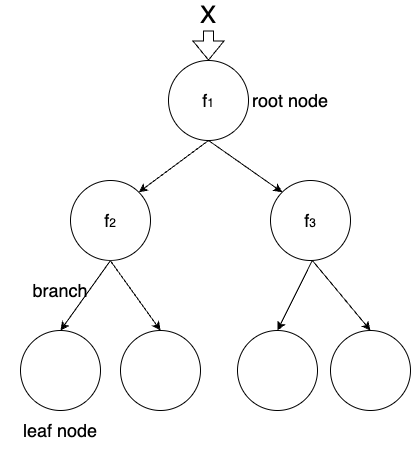
FanGuozheng/dftbpy keeps this draw.io diagram as Untitled Diagram.drawio.png. Above is the earlier version. Source tidied: cells renumbered, new cells last; positions are measured from the earlier drawing's top-left corner, leaving out a move shared by most shapes.
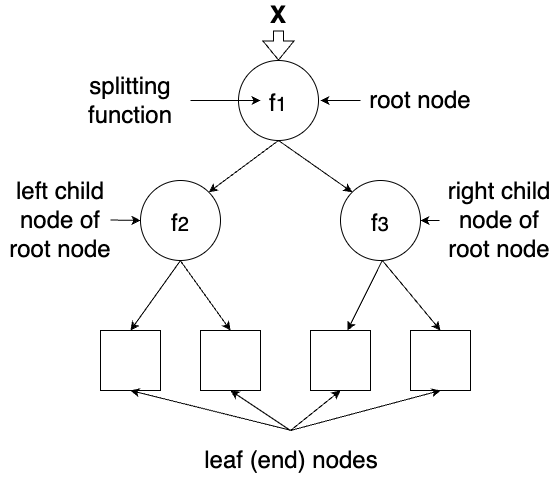
Above is the later version.

Change to the diagram source:
```diff
@@ -2,65 +2,111 @@
   <root>
     <mxCell id="0" />
     <mxCell id="1" parent="0" />
-    <mxCell id="2" value="&lt;sub style=&quot;&quot;&gt;&lt;font style=&quot;font-size: 18px;&quot;&gt;f&lt;/font&gt;&lt;font style=&quot;font-size: 12px;&quot;&gt;1&lt;/font&gt;&lt;/sub&gt;" style="ellipse;whiteSpace=wrap;html=1;" parent="1" vertex="1">
+    <mxCell id="2" value="&lt;font style=&quot;font-size: 24px;&quot;&gt;&lt;font style=&quot;vertical-align: sub; font-size: 24px;&quot;&gt;f&lt;/font&gt;&lt;font style=&quot;font-size: 24px;&quot;&gt;&lt;sub&gt;1&lt;/sub&gt;&lt;/font&gt;&lt;/font&gt;" style="ellipse;whiteSpace=wrap;html=1;" parent="1" vertex="1">
       <mxGeometry x="168" y="60" width="80" height="80" as="geometry" />
     </mxCell>
-    <mxCell id="3" style="ellipse;whiteSpace=wrap;html=1;" parent="1" vertex="1">
-      <mxGeometry x="120" y="330" width="80" height="80" as="geometry" />
-    </mxCell>
-    <mxCell id="4" style="ellipse;whiteSpace=wrap;html=1;" parent="1" vertex="1">
-      <mxGeometry x="20" y="330" width="80" height="80" as="geometry" />
-    </mxCell>
-    <mxCell id="5" value="&lt;span style=&quot;font-size: 18px;&quot;&gt;f&lt;/span&gt;&lt;font style=&quot;font-size: 12px;&quot;&gt;2&lt;/font&gt;" style="ellipse;whiteSpace=wrap;html=1;" parent="1" vertex="1">
+    <mxCell id="5" value="&lt;font style=&quot;font-size: 24px;&quot;&gt;&lt;font style=&quot;vertical-align: sub; font-size: 24px;&quot;&gt;f&lt;/font&gt;&lt;font style=&quot;font-size: 24px;&quot;&gt;&lt;sub&gt;2&lt;/sub&gt;&lt;/font&gt;&lt;/font&gt;" style="ellipse;whiteSpace=wrap;html=1;" parent="1" vertex="1">
       <mxGeometry x="70" y="180" width="80" height="80" as="geometry" />
     </mxCell>
-    <mxCell id="6" value="&lt;span style=&quot;font-size: 18px;&quot;&gt;f&lt;/span&gt;&lt;font style=&quot;font-size: 12px;&quot;&gt;3&lt;/font&gt;" style="ellipse;whiteSpace=wrap;html=1;" parent="1" vertex="1">
+    <mxCell id="6" value="&lt;font style=&quot;font-size: 24px;&quot;&gt;&lt;font style=&quot;vertical-align: sub; font-size: 24px;&quot;&gt;f&lt;/font&gt;&lt;font style=&quot;font-size: 24px;&quot;&gt;&lt;sub&gt;3&lt;/sub&gt;&lt;/font&gt;&lt;/font&gt;" style="ellipse;whiteSpace=wrap;html=1;" parent="1" vertex="1">
       <mxGeometry x="270" y="180" width="80" height="80" as="geometry" />
     </mxCell>
-    <mxCell id="7" style="ellipse;whiteSpace=wrap;html=1;" parent="1" vertex="1">
-      <mxGeometry x="237" y="330" width="80" height="80" as="geometry" />
-    </mxCell>
-    <mxCell id="8" style="ellipse;whiteSpace=wrap;html=1;" parent="1" vertex="1">
-      <mxGeometry x="330" y="330" width="80" height="80" as="geometry" />
-    </mxCell>
     <mxCell id="9" style="endArrow=classic;html=1;rounded=0;exitX=0.5;exitY=1;exitDx=0;exitDy=0;entryX=1;entryY=0;entryDx=0;entryDy=0;" parent="1" edge="1" source="2" target="5">
       <mxGeometry relative="1" as="geometry" />
     </mxCell>
     <mxCell id="10" style="endArrow=classic;html=1;rounded=0;exitX=0.5;exitY=1;exitDx=0;exitDy=0;entryX=0;entryY=0;entryDx=0;entryDy=0;" parent="1" edge="1" source="2" target="6">
       <mxGeometry relative="1" as="geometry" />
     </mxCell>
-    <mxCell id="11" style="endArrow=classic;html=1;rounded=0;exitX=0.5;exitY=1;exitDx=0;exitDy=0;entryX=0.5;entryY=0;entryDx=0;entryDy=0;" parent="1" edge="1" source="5" target="4">
-      <mxGeometry relative="1" as="geometry" />
+    <mxCell id="11" style="endArrow=classic;html=1;rounded=0;exitX=0.5;exitY=1;exitDx=0;exitDy=0;entryX=0.5;entryY=0;entryDx=0;entryDy=0;" parent="1" edge="1" source="5">
+      <mxGeometry relative="1" as="geometry">
+        <mxPoint x="60" y="330" as="targetPoint" />
+      </mxGeometry>
     </mxCell>
-    <mxCell id="12" style="endArrow=classic;html=1;rounded=0;exitX=0.5;exitY=1;exitDx=0;exitDy=0;entryX=0.5;entryY=0;entryDx=0;entryDy=0;" parent="1" edge="1" target="3">
+    <mxCell id="12" style="endArrow=classic;html=1;rounded=0;exitX=0.5;exitY=1;exitDx=0;exitDy=0;entryX=0.5;entryY=0;entryDx=0;entryDy=0;" parent="1" edge="1">
       <mxGeometry relative="1" as="geometry">
         <mxPoint x="109.7" y="260" as="sourcePoint" />
+        <mxPoint x="160" y="330" as="targetPoint" />
       </mxGeometry>
     </mxCell>
-    <mxCell id="13" style="endArrow=classic;html=1;rounded=0;exitX=0.5;exitY=1;exitDx=0;exitDy=0;entryX=0.5;entryY=0;entryDx=0;entryDy=0;" parent="1" edge="1" target="8">
+    <mxCell id="13" style="endArrow=classic;html=1;rounded=0;exitX=0.5;exitY=1;exitDx=0;exitDy=0;entryX=0.5;entryY=0;entryDx=0;entryDy=0;" parent="1" edge="1">
       <mxGeometry relative="1" as="geometry">
         <mxPoint x="311.9" y="260" as="sourcePoint" />
+        <mxPoint x="370" y="330" as="targetPoint" />
       </mxGeometry>
     </mxCell>
-    <mxCell id="14" style="endArrow=classic;html=1;rounded=0;exitX=0.5;exitY=1;exitDx=0;exitDy=0;entryX=0.5;entryY=0;entryDx=0;entryDy=0;" parent="1" edge="1" target="7">
+    <mxCell id="14" style="endArrow=classic;html=1;rounded=0;exitX=0.5;exitY=1;exitDx=0;exitDy=0;entryX=0.5;entryY=0;entryDx=0;entryDy=0;" parent="1" edge="1">
       <mxGeometry relative="1" as="geometry">
         <mxPoint x="311.9" y="260" as="sourcePoint" />
+        <mxPoint x="277" y="330" as="targetPoint" />
       </mxGeometry>
     </mxCell>
-    <mxCell id="15" value="&lt;font style=&quot;font-size: 18px;&quot;&gt;root node&lt;/font&gt;" style="rounded=0;whiteSpace=wrap;html=1;strokeWidth=0;strokeColor=#FFFFFF;fillColor=none;" parent="1" vertex="1">
-      <mxGeometry x="230" y="70" width="120" height="60" as="geometry" />
+    <mxCell id="15" value="&lt;font style=&quot;font-size: 24px;&quot;&gt;root node&lt;/font&gt;" style="rounded=0;whiteSpace=wrap;html=1;strokeWidth=0;strokeColor=#FFFFFF;fillColor=none;" parent="1" vertex="1">
+      <mxGeometry x="290" y="70" width="120" height="60" as="geometry" />
     </mxCell>
-    <mxCell id="16" value="&lt;font style=&quot;font-size: 18px;&quot;&gt;leaf node&lt;/font&gt;" style="rounded=0;whiteSpace=wrap;html=1;strokeWidth=0;strokeColor=#FFFFFF;fillColor=none;" parent="1" vertex="1">
-      <mxGeometry y="400" width="120" height="60" as="geometry" />
+    <mxCell id="16" value="&lt;font style=&quot;font-size: 24px;&quot;&gt;leaf (end) nodes&lt;/font&gt;" style="rounded=0;whiteSpace=wrap;html=1;strokeWidth=0;strokeColor=#FFFFFF;fillColor=none;" parent="1" vertex="1">
+      <mxGeometry x="120" y="430" width="202" height="60" as="geometry" />
     </mxCell>
-    <mxCell id="17" value="&lt;font style=&quot;font-size: 18px;&quot;&gt;branch&lt;/font&gt;" style="rounded=0;whiteSpace=wrap;html=1;strokeWidth=0;strokeColor=#FFFFFF;fillColor=none;" parent="1" vertex="1">
-      <mxGeometry y="260" width="120" height="60" as="geometry" />
-    </mxCell>
-    <mxCell id="18" value="&lt;font style=&quot;font-size: 24px;&quot;&gt;X&lt;/font&gt;" style="rounded=0;whiteSpace=wrap;html=1;strokeWidth=0;strokeColor=#FFFFFF;fillColor=none;" parent="1" vertex="1">
+    <mxCell id="18" value="&lt;font style=&quot;font-size: 24px;&quot;&gt;&lt;b&gt;X&lt;/b&gt;&lt;/font&gt;" style="rounded=0;whiteSpace=wrap;html=1;strokeWidth=0;strokeColor=#FFFFFF;fillColor=none;" parent="1" vertex="1">
       <mxGeometry x="148" width="120" height="30" as="geometry" />
     </mxCell>
     <mxCell id="19" style="shape=flexArrow;endArrow=classic;html=1;rounded=0;fontSize=24;exitX=0.5;exitY=1;exitDx=0;exitDy=0;" parent="1" edge="1" source="18" target="2">
       <mxGeometry relative="1" as="geometry" />
     </mxCell>
+    <mxCell id="20" style="rounded=0;whiteSpace=wrap;html=1;" parent="1" vertex="1">
+      <mxGeometry x="30" y="330" width="60" height="60" as="geometry" />
+    </mxCell>
+    <mxCell id="21" value="&lt;font style=&quot;font-size: 24px;&quot;&gt;splitting function&lt;/font&gt;" style="rounded=0;whiteSpace=wrap;html=1;strokeWidth=0;strokeColor=#FFFFFF;fillColor=none;" parent="1" vertex="1">
+      <mxGeometry y="70" width="120" height="60" as="geometry" />
+    </mxCell>
+    <mxCell id="22" style="endArrow=classic;html=1;rounded=0;exitX=0;exitY=0.5;exitDx=0;exitDy=0;" parent="1" edge="1" source="15">
+      <mxGeometry relative="1" as="geometry">
+        <mxPoint x="250" y="100" as="targetPoint" />
+      </mxGeometry>
+    </mxCell>
+    <mxCell id="23" style="endArrow=classic;html=1;rounded=0;exitX=1;exitY=0.5;exitDx=0;exitDy=0;entryX=0.275;entryY=0.5;entryDx=0;entryDy=0;entryPerimeter=0;" parent="1" edge="1" source="21" target="2">
+      <mxGeometry relative="1" as="geometry" />
+    </mxCell>
+    <mxCell id="24" style="rounded=0;whiteSpace=wrap;html=1;" parent="1" vertex="1">
+      <mxGeometry x="130" y="330" width="60" height="60" as="geometry" />
+    </mxCell>
+    <mxCell id="25" style="rounded=0;whiteSpace=wrap;html=1;" parent="1" vertex="1">
+      <mxGeometry x="340" y="330" width="60" height="60" as="geometry" />
+    </mxCell>
+    <mxCell id="26" style="rounded=0;whiteSpace=wrap;html=1;" parent="1" vertex="1">
+      <mxGeometry x="240" y="330" width="60" height="60" as="geometry" />
+    </mxCell>
+    <mxCell id="27" value="&lt;font style=&quot;font-size: 24px;&quot;&gt;left child node of root node&lt;/font&gt;" style="rounded=0;whiteSpace=wrap;html=1;strokeWidth=0;strokeColor=#FFFFFF;fillColor=none;" parent="1" vertex="1">
+      <mxGeometry x="-70" y="190" width="120" height="60" as="geometry" />
+    </mxCell>
+    <mxCell id="28" style="endArrow=classic;html=1;rounded=0;exitX=1;exitY=0.5;exitDx=0;exitDy=0;" parent="1" edge="1">
+      <mxGeometry relative="1" as="geometry">
+        <mxPoint x="40" y="219.5" as="sourcePoint" />
+        <mxPoint x="70" y="220" as="targetPoint" />
+      </mxGeometry>
+    </mxCell>
+    <mxCell id="29" value="&lt;font style=&quot;font-size: 24px;&quot;&gt;right child node of root node&lt;/font&gt;" style="rounded=0;whiteSpace=wrap;html=1;strokeWidth=0;strokeColor=#FFFFFF;fillColor=none;" parent="1" vertex="1">
+      <mxGeometry x="369" y="190" width="120" height="60" as="geometry" />
+    </mxCell>
+    <mxCell id="30" style="endArrow=classic;html=1;rounded=0;entryX=1;entryY=0.5;entryDx=0;entryDy=0;" parent="1" edge="1" source="29" target="6">
+      <mxGeometry relative="1" as="geometry" />
+    </mxCell>
+    <mxCell id="31" style="endArrow=classic;html=1;rounded=0;entryX=0.5;entryY=1;entryDx=0;entryDy=0;" parent="1" edge="1" target="24">
+      <mxGeometry relative="1" as="geometry">
+        <mxPoint x="220" y="430" as="sourcePoint" />
+      </mxGeometry>
+    </mxCell>
+    <mxCell id="32" style="endArrow=classic;html=1;rounded=0;exitX=0.5;exitY=0;exitDx=0;exitDy=0;entryX=0.5;entryY=1;entryDx=0;entryDy=0;" parent="1" edge="1" source="16" target="20">
+      <mxGeometry relative="1" as="geometry" />
+    </mxCell>
+    <mxCell id="33" style="endArrow=classic;html=1;rounded=0;entryX=0.5;entryY=1;entryDx=0;entryDy=0;" parent="1" edge="1" target="25">
+      <mxGeometry relative="1" as="geometry">
+        <mxPoint x="220" y="430" as="sourcePoint" />
+      </mxGeometry>
+    </mxCell>
+    <mxCell id="34" style="endArrow=classic;html=1;rounded=0;entryX=0.5;entryY=1;entryDx=0;entryDy=0;" parent="1" edge="1" target="26">
+      <mxGeometry relative="1" as="geometry">
+        <mxPoint x="220" y="430" as="sourcePoint" />
+      </mxGeometry>
+    </mxCell>
   </root>
 </mxGraphModel>
```
